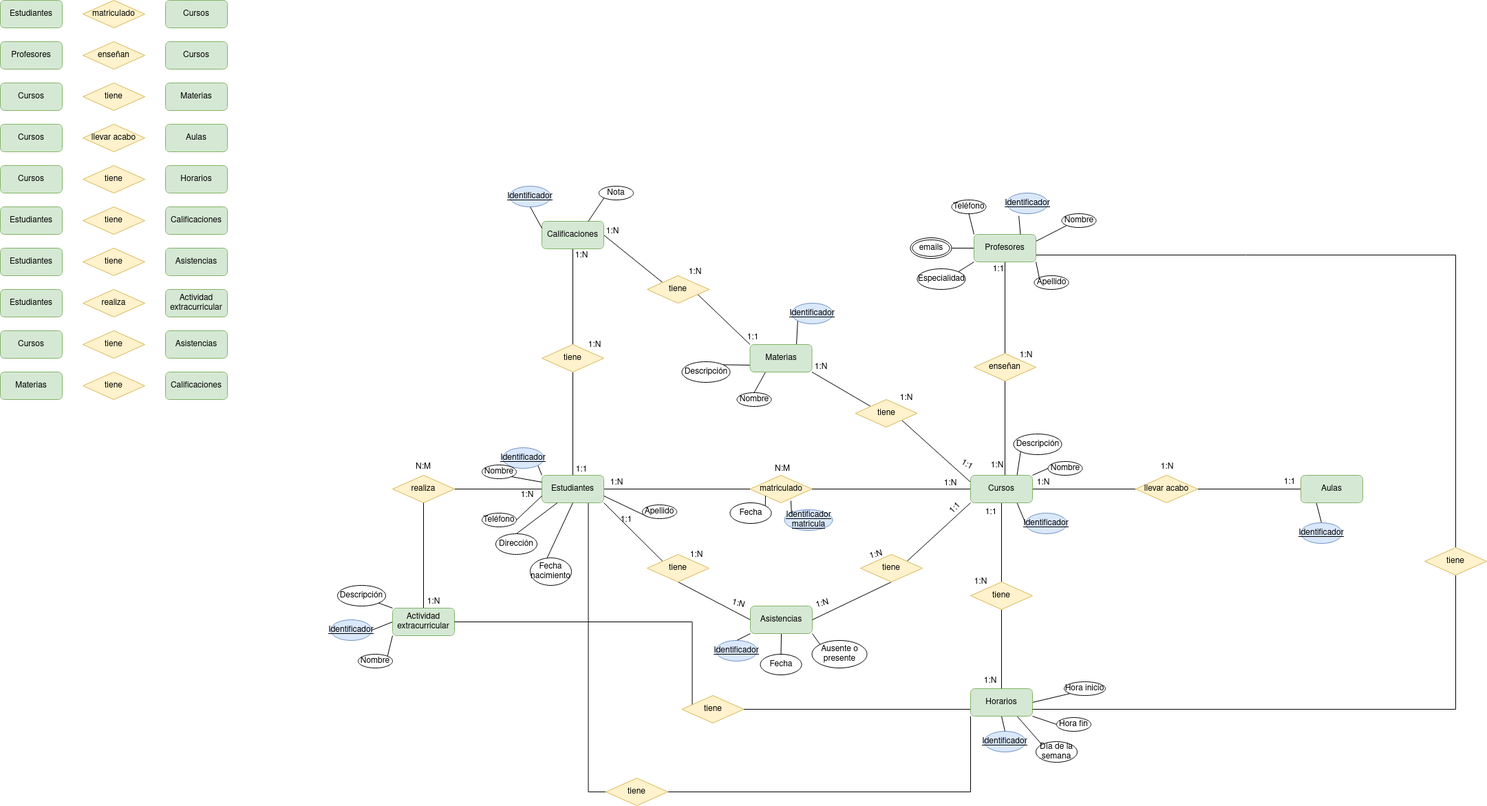
The draw.io diagram Unidad-1/Tareas/Tareas-evaluables/Tarea-evaluable-1/Ejercicio-evaluable-1.drawio.png in LuisMGlez/base-datos, before a commit. Source tidied: cells renumbered, new cells last; positions are measured from the earlier drawing's top-left corner, leaving out a move shared by most shapes.
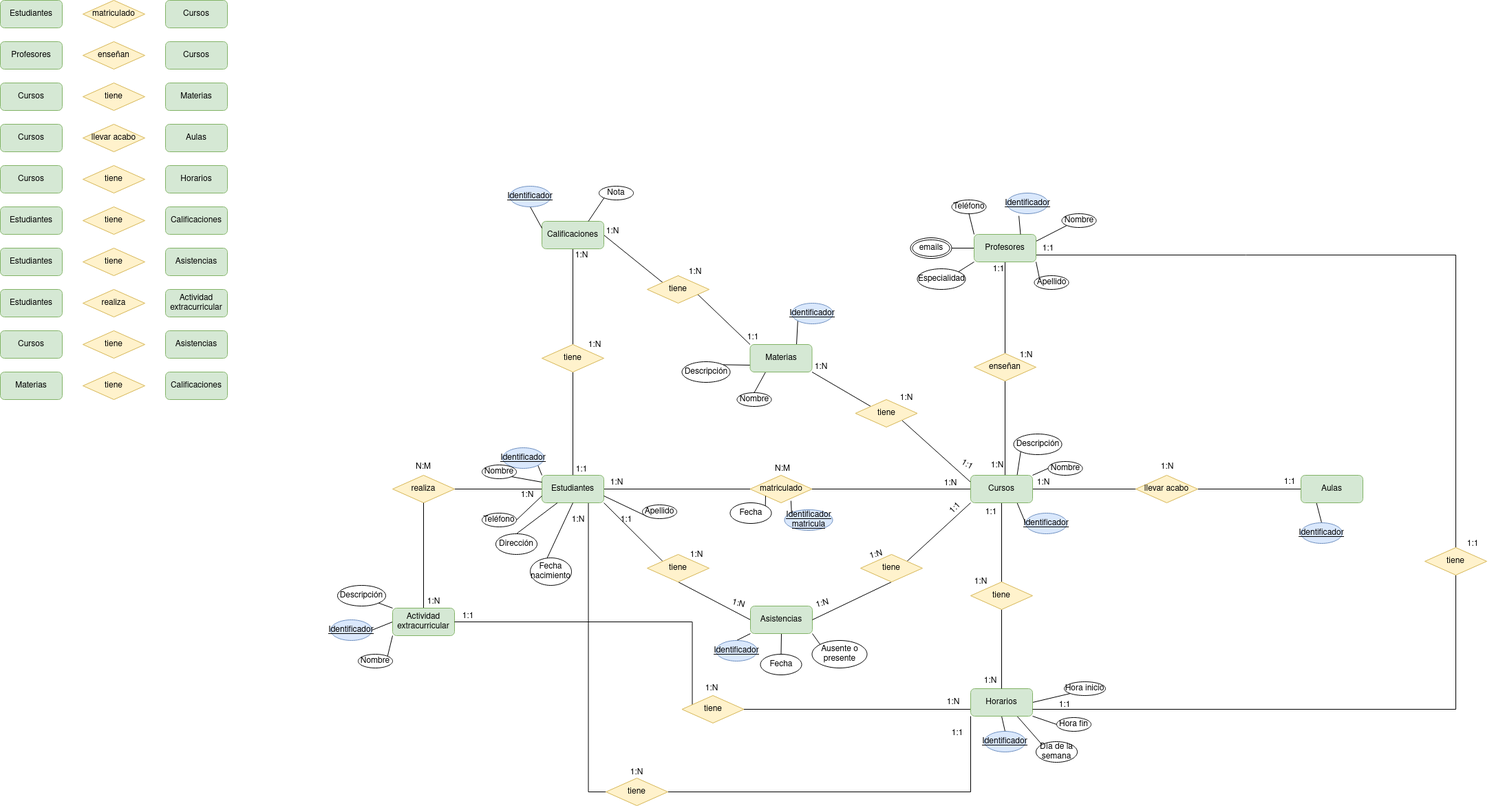
After the change.

Diff of the diagram source:
```diff
@@ -526,5 +526,32 @@
     <mxCell id="175" value="tiene" style="rhombus;whiteSpace=wrap;html=1;fillColor=#fff2cc;strokeColor=#d6b656;" parent="1" vertex="1">
       <mxGeometry x="880" y="1130" width="90" height="40" as="geometry" />
     </mxCell>
+    <mxCell id="176" value="1:1" style="text;strokeColor=none;align=center;fillColor=none;html=1;verticalAlign=middle;whiteSpace=wrap;rounded=0;" parent="1" vertex="1">
+      <mxGeometry x="1492.5" y="346" width="60" height="30" as="geometry" />
+    </mxCell>
+    <mxCell id="177" value="1:1" style="text;strokeColor=none;align=center;fillColor=none;html=1;verticalAlign=middle;whiteSpace=wrap;rounded=0;" parent="1" vertex="1">
+      <mxGeometry x="1517" y="1009" width="60" height="30" as="geometry" />
+    </mxCell>
+    <mxCell id="178" value="1:1" style="text;strokeColor=none;align=center;fillColor=none;html=1;verticalAlign=middle;whiteSpace=wrap;rounded=0;" parent="1" vertex="1">
+      <mxGeometry x="2110" y="775" width="60" height="30" as="geometry" />
+    </mxCell>
+    <mxCell id="179" value="1:1" style="text;strokeColor=none;align=center;fillColor=none;html=1;verticalAlign=middle;whiteSpace=wrap;rounded=0;" parent="1" vertex="1">
+      <mxGeometry x="1361" y="1050" width="60" height="30" as="geometry" />
+    </mxCell>
+    <mxCell id="180" value="1:N" style="text;strokeColor=none;align=center;fillColor=none;html=1;verticalAlign=middle;whiteSpace=wrap;rounded=0;" parent="1" vertex="1">
+      <mxGeometry x="810" y="740" width="60" height="30" as="geometry" />
+    </mxCell>
+    <mxCell id="181" value="1:N" style="text;strokeColor=none;align=center;fillColor=none;html=1;verticalAlign=middle;whiteSpace=wrap;rounded=0;" parent="1" vertex="1">
+      <mxGeometry x="895" y="1107" width="60" height="30" as="geometry" />
+    </mxCell>
+    <mxCell id="182" value="1:1" style="text;strokeColor=none;align=center;fillColor=none;html=1;verticalAlign=middle;whiteSpace=wrap;rounded=0;" parent="1" vertex="1">
+      <mxGeometry x="650" y="880" width="60" height="30" as="geometry" />
+    </mxCell>
+    <mxCell id="183" value="1:N" style="text;strokeColor=none;align=center;fillColor=none;html=1;verticalAlign=middle;whiteSpace=wrap;rounded=0;" parent="1" vertex="1">
+      <mxGeometry x="1355" y="1005" width="60" height="30" as="geometry" />
+    </mxCell>
+    <mxCell id="184" value="1:N" style="text;strokeColor=none;align=center;fillColor=none;html=1;verticalAlign=middle;whiteSpace=wrap;rounded=0;" parent="1" vertex="1">
+      <mxGeometry x="1004" y="985" width="60" height="30" as="geometry" />
+    </mxCell>
   </root>
 </mxGraphModel>
```
